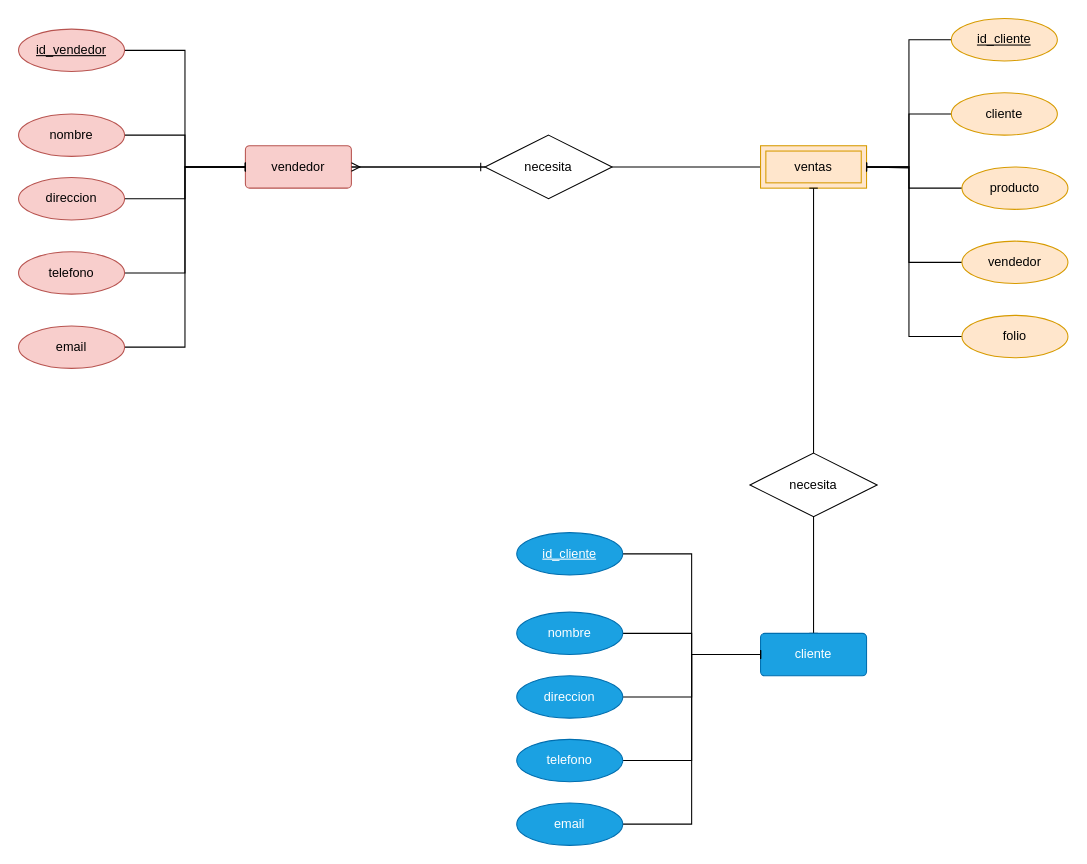
This is page "m er tienda comercial" (2 of 5) of Diagrama sin título.drawio from lizbethvazquezzz/modelo-er-y-modelo-r, a draw.io file, before an edit. Source tidied: cells renumbered, new cells numbered last; positions are measured from the earlier drawing's top-left corner, leaving out a move shared by most shapes. Both pictures are drawn from the tidied source at 106%, with x=0, y=0 at pixel (18, 18).
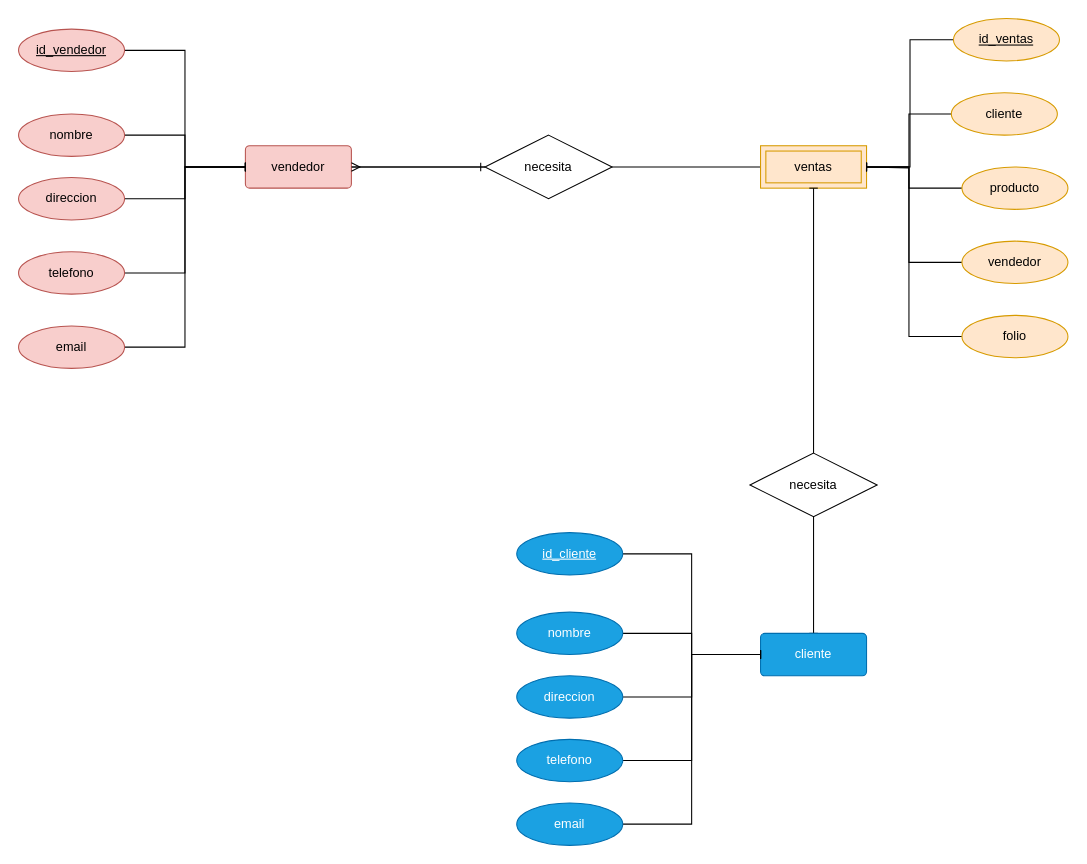
After the change.

What changed in the source:
```diff
@@
-    <mxCell id="19" value="id_cliente" style="ellipse;whiteSpace=wrap;html=1;align=center;fontStyle=4;fillColor=#ffe6cc;strokeColor=#d79b00;" parent="1" vertex="1">
-      <mxGeometry x="880" width="100" height="40" as="geometry" />
+    <mxCell id="19" value="id_ventas" style="ellipse;whiteSpace=wrap;html=1;align=center;fontStyle=4;fillColor=#ffe6cc;strokeColor=#d79b00;" parent="1" vertex="1">
+      <mxGeometry x="882" width="100" height="40" as="geometry" />
     </mxCell>
```
